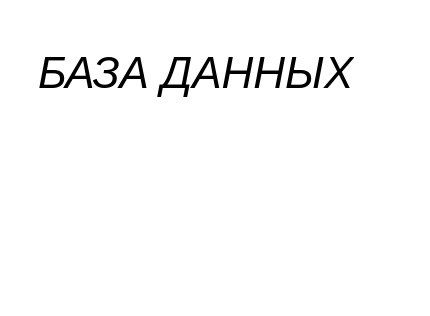
User-cyber-new/mebkuch keeps this draw.io diagram as page "таски" (3 of 4) of мебкух.drawio. Above is the earlier version. Source tidied: cells renumbered, new cells numbered last; positions are measured from the earlier drawing's top-left corner, leaving out a move shared by most shapes. Both pictures are drawn from the tidied source at 200%, with x=0, y=0 at pixel (34, 34).
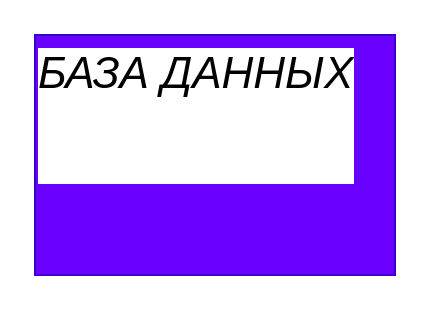
The same page after the edit.

Diff of the diagram source:
```diff
@@
 <mxGraphModel>
   <root>
     <mxCell id="0" />
     <mxCell id="1" parent="0" />
-    <mxCell id="2" value="&lt;h1 style=&quot;margin-top: 0px;&quot;&gt;&lt;span style=&quot;color: light-dark(rgb(0, 0, 0), rgb(255, 255, 255)); font-weight: normal;&quot;&gt;&lt;i style=&quot;&quot;&gt;БАЗА ДАННЫХ&lt;br&gt;&lt;/i&gt;&lt;/span&gt;&lt;br&gt;&lt;/h1&gt;" style="text;html=1;whiteSpace=wrap;overflow=hidden;rounded=0;fontFamily=Helvetica;fontSize=11;labelBackgroundColor=default;" parent="1" vertex="1">
+    <mxCell id="2" value="&lt;h1 style=&quot;margin-top: 0px;&quot;&gt;&lt;span style=&quot;color: light-dark(rgb(0, 0, 0), rgb(255, 255, 255)); font-weight: normal;&quot;&gt;&lt;i style=&quot;&quot;&gt;БАЗА ДАННЫХ&lt;br&gt;&lt;/i&gt;&lt;/span&gt;&lt;br&gt;&lt;/h1&gt;" style="text;html=1;whiteSpace=wrap;overflow=hidden;rounded=0;fontFamily=Helvetica;fontSize=11;labelBackgroundColor=default;fillColor=#6a00ff;fontColor=#ffffff;strokeColor=#3700CC;" parent="1" vertex="1">
       <mxGeometry width="180" height="120" as="geometry" />
     </mxCell>
   </root>
 </mxGraphModel>
```
